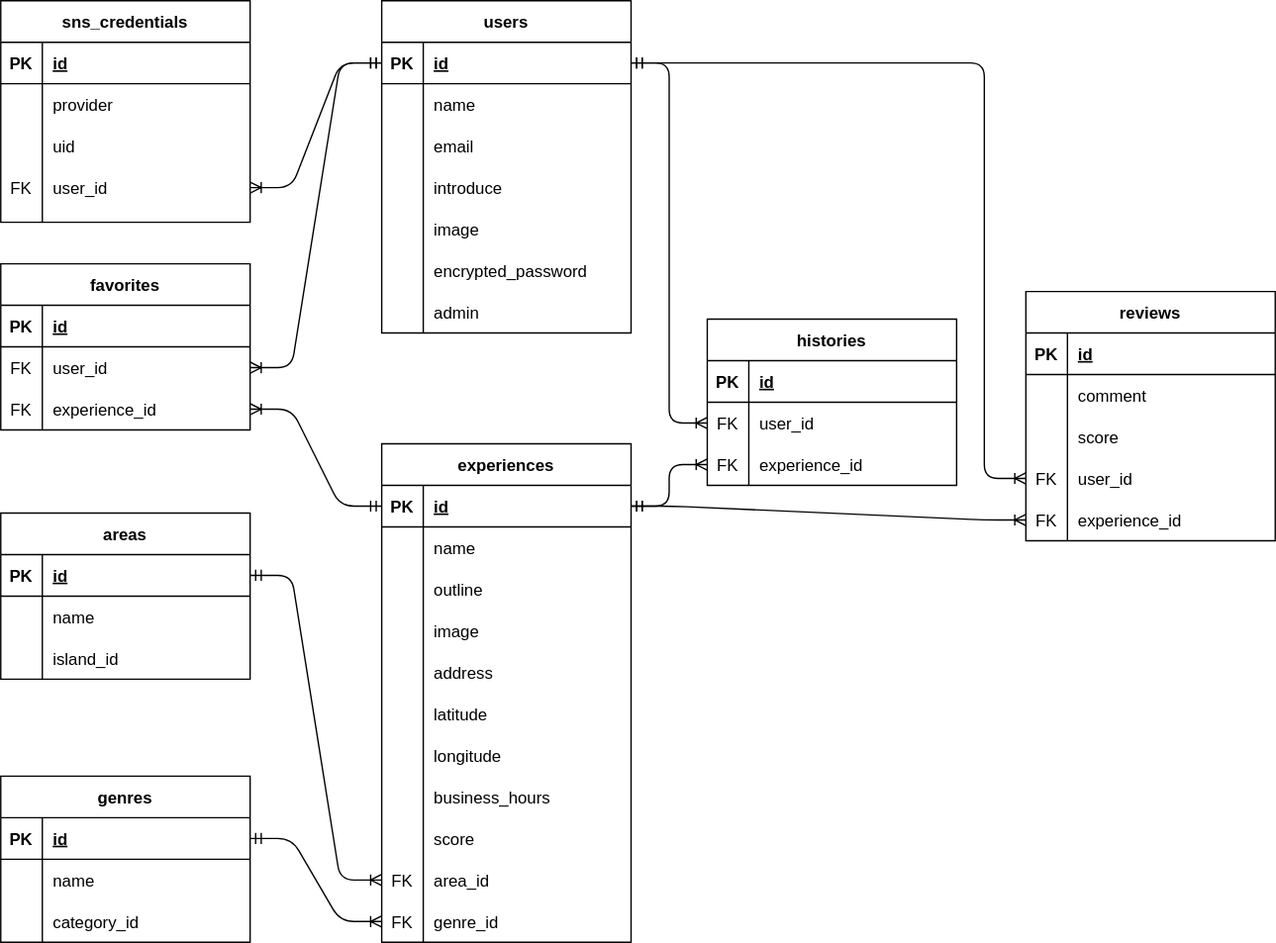
Above: db/let's-enjoy-hawaii.drawio.svg in Yasunori-aloha/lets-enjoy-hawaii (draw.io), before the change. Source tidied: cells renumbered, new cells last; positions are measured from the earlier drawing's top-left corner, leaving out a move shared by most shapes.
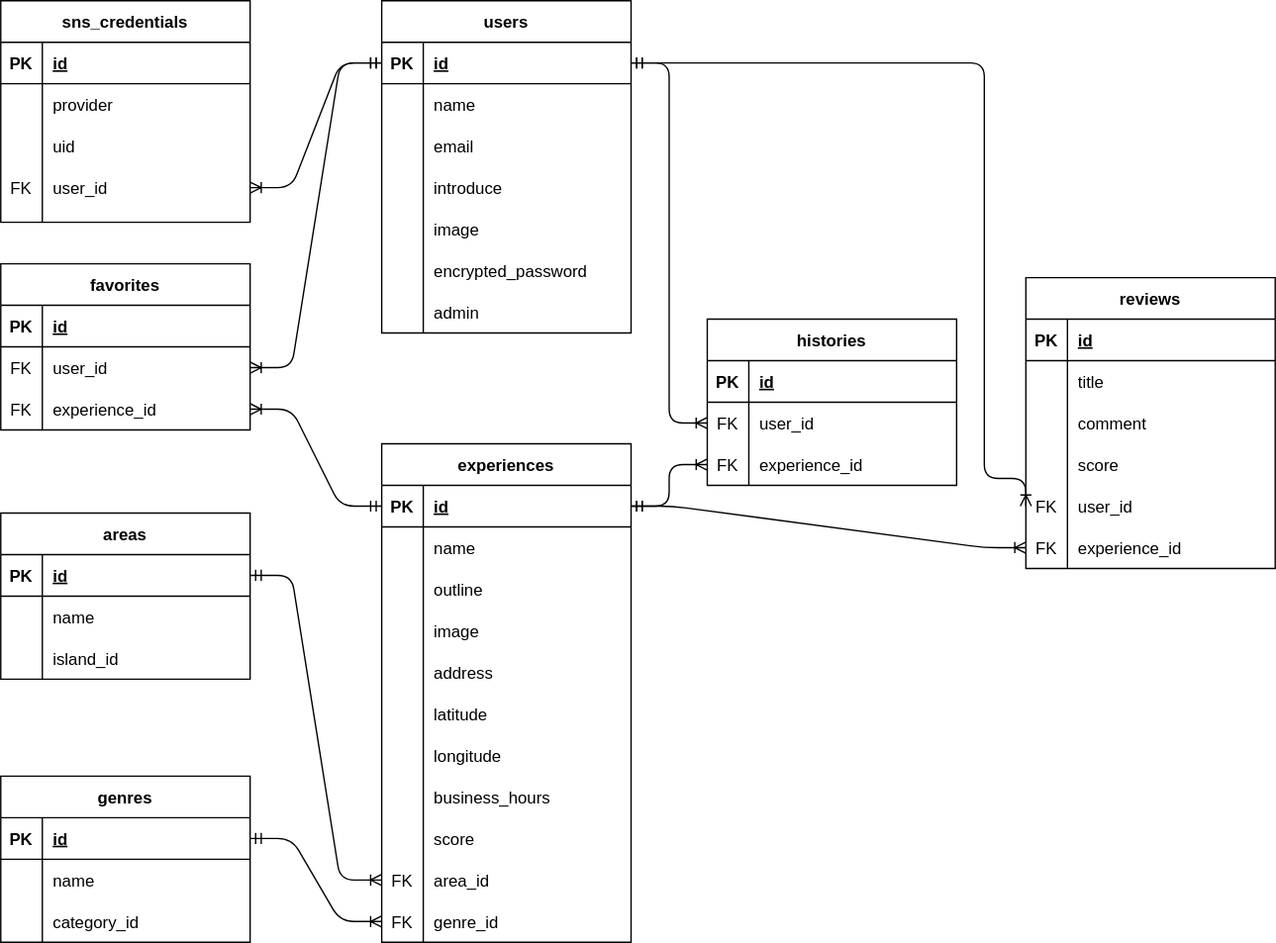
Later version of the same file.

Commit message:
'README.md'の情報を修正 #57

What changed in the source:
```diff
@@ -174,7 +174,7 @@
       <mxGeometry relative="1" as="geometry" />
     </mxCell>
     <mxCell id="59" value="reviews" style="shape=table;startSize=30;rowLines=0;fontStyle=1;align=center;" parent="1" vertex="1">
-      <mxGeometry x="740" y="210" width="180" height="180" as="geometry" />
+      <mxGeometry x="740" y="200" width="180" height="210" as="geometry" />
     </mxCell>
     <mxCell id="60" style="shape=partialRectangle;fillColor=none;top=0;left=0;bottom=1;right=0;" parent="59" vertex="1">
       <mxGeometry y="30" width="180" height="30" as="geometry" />
@@ -185,8 +185,17 @@
     <mxCell id="62" value="id" style="shape=partialRectangle;fillColor=none;top=0;left=0;bottom=0;right=0;align=left;spacingLeft=6;fontStyle=5;overflow=hidden;" parent="60" vertex="1">
       <mxGeometry x="30" width="150" height="30" as="geometry" />
     </mxCell>
+    <mxCell id="136" style="shape=partialRectangle;fillColor=none;top=0;left=0;bottom=0;right=0;" parent="59" vertex="1">
+      <mxGeometry y="60" width="180" height="30" as="geometry" />
+    </mxCell>
+    <mxCell id="137" style="shape=partialRectangle;fillColor=none;top=0;left=0;bottom=0;right=0;fontStyle=0;overflow=hidden;" parent="136" vertex="1">
+      <mxGeometry width="30" height="30" as="geometry" />
+    </mxCell>
+    <mxCell id="138" value="title" style="shape=partialRectangle;fillColor=none;top=0;left=0;bottom=0;right=0;align=left;spacingLeft=6;fontStyle=0;overflow=hidden;" parent="136" vertex="1">
+      <mxGeometry x="30" width="150" height="30" as="geometry" />
+    </mxCell>
     <mxCell id="63" style="shape=partialRectangle;fillColor=none;top=0;left=0;bottom=0;right=0;" parent="59" vertex="1">
-      <mxGeometry y="60" width="180" height="30" as="geometry" />
+      <mxGeometry y="90" width="180" height="30" as="geometry" />
     </mxCell>
     <mxCell id="64" style="shape=partialRectangle;fillColor=none;top=0;left=0;bottom=0;right=0;fontStyle=0;overflow=hidden;" parent="63" vertex="1">
       <mxGeometry width="30" height="30" as="geometry" />
@@ -195,7 +204,7 @@
       <mxGeometry x="30" width="150" height="30" as="geometry" />
     </mxCell>
     <mxCell id="66" style="shape=partialRectangle;fillColor=none;top=0;left=0;bottom=0;right=0;" parent="59" vertex="1">
-      <mxGeometry y="90" width="180" height="30" as="geometry" />
+      <mxGeometry y="120" width="180" height="30" as="geometry" />
     </mxCell>
     <mxCell id="67" style="shape=partialRectangle;fillColor=none;top=0;left=0;bottom=0;right=0;fontStyle=0;overflow=hidden;" parent="66" vertex="1">
       <mxGeometry width="30" height="30" as="geometry" />
@@ -204,7 +213,7 @@
       <mxGeometry x="30" width="150" height="30" as="geometry" />
     </mxCell>
     <mxCell id="69" style="shape=partialRectangle;fillColor=none;top=0;left=0;bottom=0;right=0;points=[[0,0.5],[1,0.5]];portConstraint=eastwest;" parent="59" vertex="1">
-      <mxGeometry y="120" width="180" height="30" as="geometry" />
+      <mxGeometry y="150" width="180" height="30" as="geometry" />
     </mxCell>
     <mxCell id="70" value="FK" style="shape=partialRectangle;fillColor=none;top=0;left=0;bottom=0;right=0;fontStyle=0;overflow=hidden;" parent="69" vertex="1">
       <mxGeometry width="30" height="30" as="geometry" />
@@ -213,7 +222,7 @@
       <mxGeometry x="30" width="150" height="30" as="geometry" />
     </mxCell>
     <mxCell id="72" style="shape=partialRectangle;fillColor=none;top=0;left=0;bottom=0;right=0;points=[[0,0.5],[1,0.5]];portConstraint=eastwest;" parent="59" vertex="1">
-      <mxGeometry y="150" width="180" height="30" as="geometry" />
+      <mxGeometry y="180" width="180" height="30" as="geometry" />
     </mxCell>
     <mxCell id="73" value="FK" style="shape=partialRectangle;fillColor=none;top=0;left=0;bottom=0;right=0;fontStyle=0;overflow=hidden;" parent="72" vertex="1">
       <mxGeometry width="30" height="30" as="geometry" />
```
